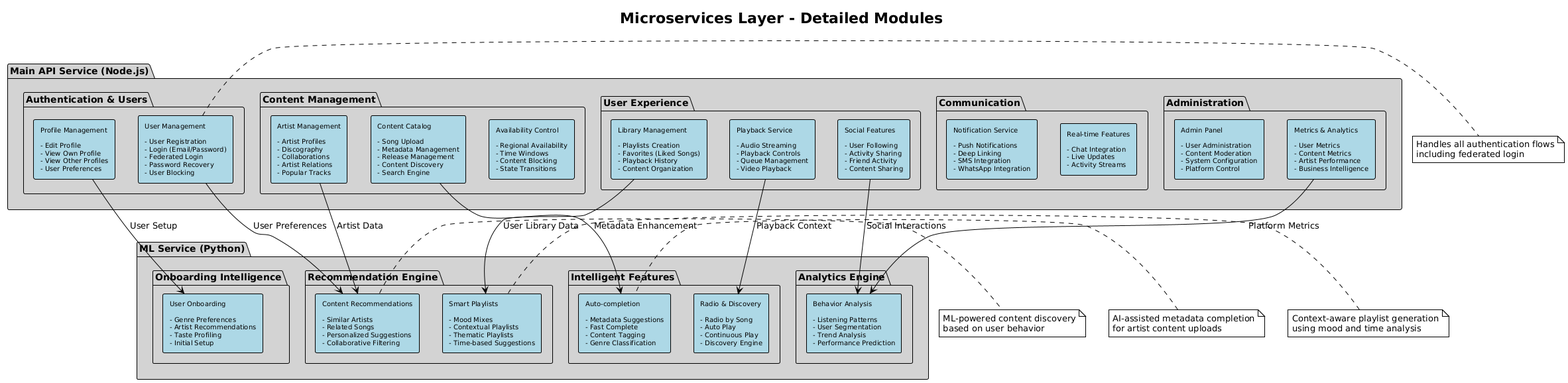
Earlier version of the PlantUML export assets/arch-microservices.png (IS2-BCCDLM/tp-arch).
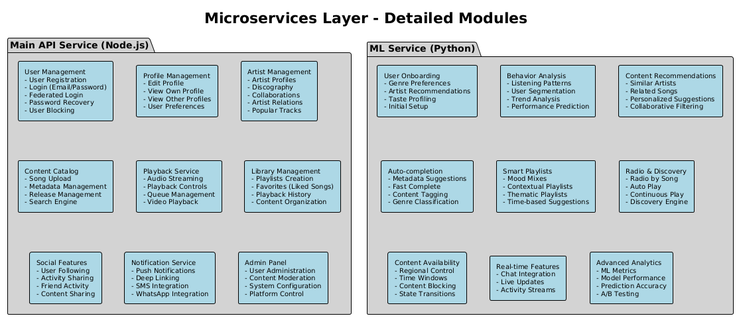
Later version of the same file.

The edit, as a diff of the source:
```diff
@@ -11,86 +11,30 @@
     BackgroundColor lightgray
     BorderColor black
 }
-skinparam direction top to bottom
 
 title Microservices Layer - Detailed Modules
 
 package "Main API Service (Node.js)" {
-    package "Authentication & Users" {
-        component [User Management\n\n- User Registration\n- Login (Email/Password)\n- Federated Login\n- Password Recovery\n- User Blocking] as userauth
-        component [Profile Management\n\n- Edit Profile\n- View Own Profile\n- View Other Profiles\n- User Preferences] as profile
-    }
-
-    package "Content Management" {
-        component [Artist Management\n\n- Artist Profiles\n- Discography\n- Collaborations\n- Artist Relations\n- Popular Tracks] as artist
-        component [Content Catalog\n\n- Song Upload\n- Metadata Management\n- Release Management\n- Content Discovery\n- Search Engine] as catalog
-        component [Availability Control\n\n- Regional Availability\n- Time Windows\n- Content Blocking\n- State Transitions] as availability
-    }
-
-    package "User Experience" {
-        component [Playback Service\n\n- Audio Streaming\n- Playback Controls\n- Queue Management\n- Video Playback] as playback
-        component [Library Management\n\n- Playlists Creation\n- Favorites (Liked Songs)\n- Playback History\n- Content Organization] as library
-        component [Social Features\n\n- User Following\n- Activity Sharing\n- Friend Activity\n- Content Sharing] as social
-    }
-
-    package "Communication" {
-        component [Notification Service\n\n- Push Notifications\n- Deep Linking\n- SMS Integration\n- WhatsApp Integration] as notifications
-        component [Real-time Features\n\n- Chat Integration\n- Live Updates\n- Activity Streams] as realtime
-    }
-
-    package "Administration" {
-        component [Admin Panel\n\n- User Administration\n- Content Moderation\n- System Configuration\n- Platform Control] as admin
-        component [Metrics & Analytics\n\n- User Metrics\n- Content Metrics\n- Artist Performance\n- Business Intelligence] as metrics
-    }
+    component [User Management\n- User Registration\n- Login (Email/Password)\n- Federated Login\n- Password Recovery\n- User Blocking] as userauth
+    component [Profile Management\n- Edit Profile\n- View Own Profile\n- View Other Profiles\n- User Preferences] as profile
+    component [Artist Management\n- Artist Profiles\n- Discography\n- Collaborations\n- Artist Relations\n- Popular Tracks] as artist
+    component [Content Catalog\n- Song Upload\n- Metadata Management\n- Release Management\n- Search Engine] as catalog
+    component [Playback Service\n- Audio Streaming\n- Playback Controls\n- Queue Management\n- Video Playback] as playback
+    component [Library Management\n- Playlists Creation\n- Favorites (Liked Songs)\n- Playback History\n- Content Organization] as library
+    component [Social Features\n- User Following\n- Activity Sharing\n- Friend Activity\n- Content Sharing] as social
+    component [Notification Service\n- Push Notifications\n- Deep Linking\n- SMS Integration\n- WhatsApp Integration] as notifications
+    component [Admin Panel\n- User Administration\n- Content Moderation\n- System Configuration\n- Platform Control] as admin
 }
 
 package "ML Service (Python)" {
-    package "Recommendation Engine" {
-        component [Content Recommendations\n\n- Similar Artists\n- Related Songs\n- Personalized Suggestions\n- Collaborative Filtering] as recommendations
-        component [Smart Playlists\n\n- Mood Mixes\n- Contextual Playlists\n- Thematic Playlists\n- Time-based Suggestions] as smartplaylists
-    }
-
-    package "Intelligent Features" {
-        component [Auto-completion\n\n- Metadata Suggestions\n- Fast Complete\n- Content Tagging\n- Genre Classification] as autocomplete
-        component [Radio & Discovery\n\n- Radio by Song\n- Auto Play\n- Continuous Play\n- Discovery Engine] as radio
-    }
-
-    package "Onboarding Intelligence" {
-        component [User Onboarding\n\n- Genre Preferences\n- Artist Recommendations\n- Taste Profiling\n- Initial Setup] as onboarding
-    }
-
-    package "Analytics Engine" {
-        component [Behavior Analysis\n\n- Listening Patterns\n- User Segmentation\n- Trend Analysis\n- Performance Prediction] as analytics
-    }
+    component [User Onboarding\n- Genre Preferences\n- Artist Recommendations\n- Taste Profiling\n- Initial Setup] as onboarding
+    component [Behavior Analysis\n- Listening Patterns\n- User Segmentation\n- Trend Analysis\n- Performance Prediction] as analytics
+    component [Content Recommendations\n- Similar Artists\n- Related Songs\n- Personalized Suggestions\n- Collaborative Filtering] as recommendations
+    component [Auto-completion\n- Metadata Suggestions\n- Fast Complete\n- Content Tagging\n- Genre Classification] as autocomplete
+    component [Smart Playlists\n- Mood Mixes\n- Contextual Playlists\n- Thematic Playlists\n- Time-based Suggestions] as smartplaylists
+    component [Radio & Discovery\n- Radio by Song\n- Auto Play\n- Continuous Play\n- Discovery Engine] as radio
+    component [Content Availability\n- Regional Control\n- Time Windows\n- Content Blocking\n- State Transitions] as availability
+    component [Real-time Features\n- Chat Integration\n- Live Updates\n- Activity Streams] as realtime
+    component [Advanced Analytics\n- ML Metrics\n- Model Performance\n- Prediction Accuracy\n- A/B Testing] as mlmetrics
 }
-
-userauth --> recommendations : User Preferences
-profile --> onboarding : User Setup
-catalog --> autocomplete : Metadata Enhancement
-playback --> radio : Playback Context
-library --> smartplaylists : User Library Data
-social --> analytics : Social Interactions
-metrics --> analytics : Platform Metrics
-artist --> recommendations : Artist Data
-
-note right of userauth
-  Handles all authentication flows
-  including federated login
-end note
-
-note right of recommendations
-  ML-powered content discovery
-  based on user behavior
-end note
-
-note left of autocomplete
-  AI-assisted metadata completion
-  for artist content uploads
-end note
-
-note left of smartplaylists
-  Context-aware playlist generation
-  using mood and time analysis
-end note
-
 @enduml
```
